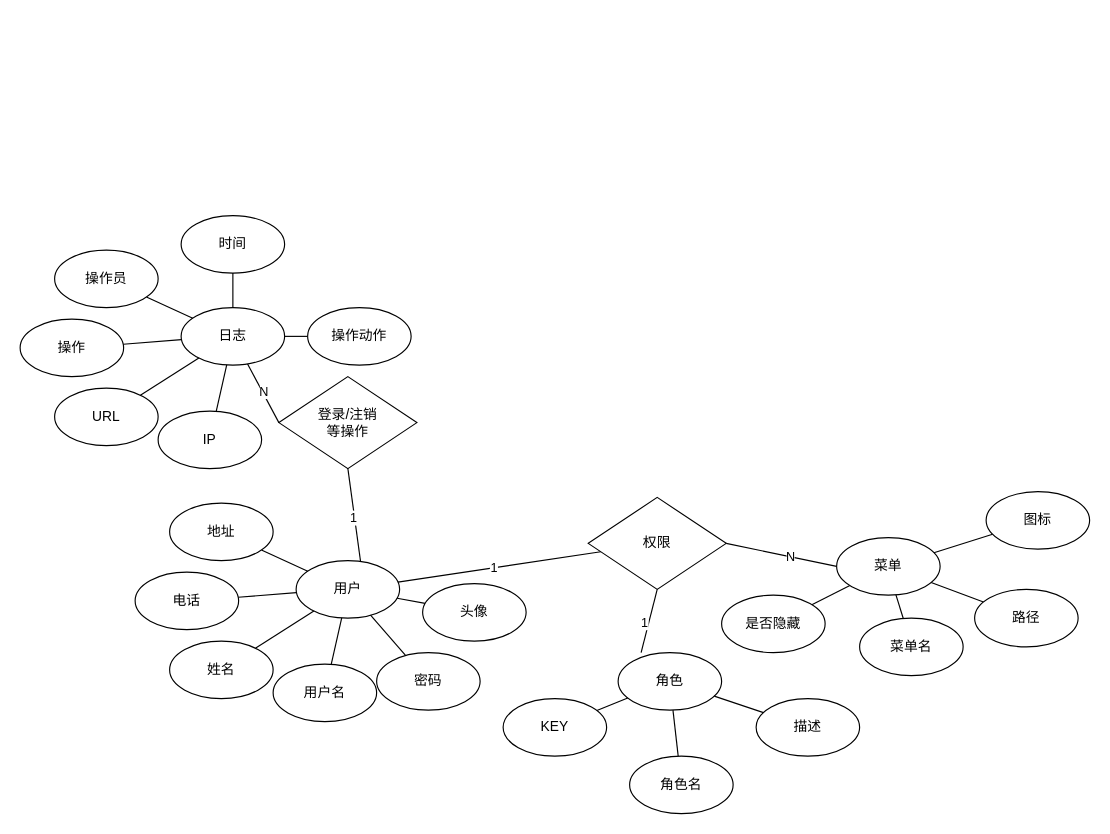
This is SPARK/music-ER.drawio from redcomet88/DRAW, a draw.io file, before an edit. Source tidied: cells renumbered, new cells numbered last; positions are measured from the earlier drawing's top-left corner, leaving out a move shared by most shapes. Both pictures are drawn from the tidied source at 115%, with x=0, y=0 at pixel (20, 215).
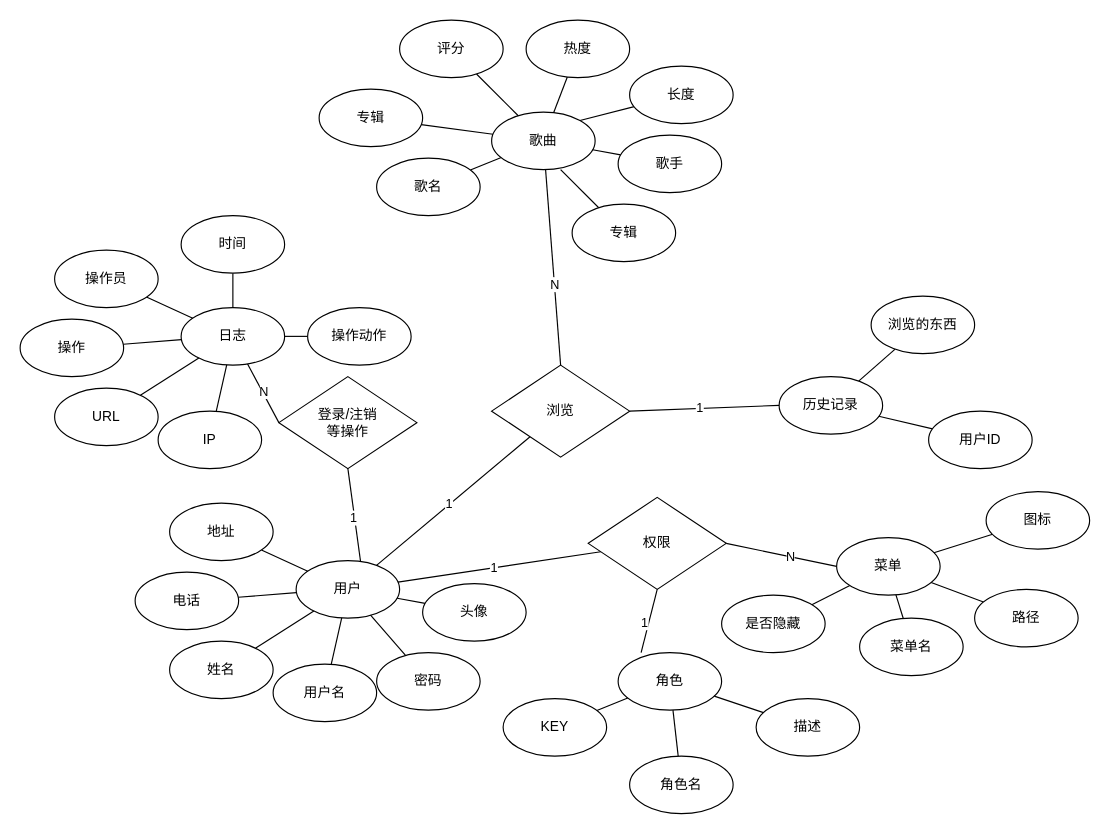
The same page after the edit.

The change refers to these unchanged cells:
```xml
<mxCell id="5" value="用户" style="ellipse;whiteSpace=wrap;html=1;" parent="1" vertex="1">
  <mxGeometry x="240" y="300" width="90" height="50" as="geometry" />
</mxCell>
```

What changed in the source:
```diff
@@
+    <mxCell id="56" value="浏览" style="rhombus;whiteSpace=wrap;html=1;" parent="1" vertex="1">
+      <mxGeometry x="410" y="130" width="120" height="80" as="geometry" />
+    </mxCell>
+    <mxCell id="57" style="rounded=0;jettySize=auto;html=1;endArrow=none;endFill=0;" parent="1" edge="1" source="58" target="59">
+      <mxGeometry relative="1" as="geometry" />
+    </mxCell>
+    <mxCell id="58" value="歌曲" style="ellipse;whiteSpace=wrap;html=1;" parent="1" vertex="1">
+      <mxGeometry x="410" y="-90" width="90" height="50" as="geometry" />
+    </mxCell>
+    <mxCell id="59" value="歌名" style="ellipse;whiteSpace=wrap;html=1;" parent="1" vertex="1">
+      <mxGeometry x="310" y="-50" width="90" height="50" as="geometry" />
+    </mxCell>
+    <mxCell id="60" style="rounded=0;jettySize=auto;html=1;endArrow=none;endFill=0;" parent="1" edge="1" source="58" target="61">
+      <mxGeometry relative="1" as="geometry" />
+    </mxCell>
+    <mxCell id="61" value="专辑" style="ellipse;whiteSpace=wrap;html=1;" parent="1" vertex="1">
+      <mxGeometry x="260" y="-110" width="90" height="50" as="geometry" />
+    </mxCell>
+    <mxCell id="62" style="rounded=0;jettySize=auto;html=1;endArrow=none;endFill=0;" parent="1" edge="1" source="58" target="63">
+      <mxGeometry relative="1" as="geometry" />
+    </mxCell>
+    <mxCell id="63" value="歌手" style="ellipse;whiteSpace=wrap;html=1;" parent="1" vertex="1">
+      <mxGeometry x="520" y="-70" width="90" height="50" as="geometry" />
+    </mxCell>
+    <mxCell id="64" style="rounded=0;jettySize=auto;html=1;endArrow=none;endFill=0;" parent="1" edge="1" source="58" target="65">
+      <mxGeometry relative="1" as="geometry" />
+    </mxCell>
+    <mxCell id="65" value="热度" style="ellipse;whiteSpace=wrap;html=1;" parent="1" vertex="1">
+      <mxGeometry x="440" y="-170" width="90" height="50" as="geometry" />
+    </mxCell>
+    <mxCell id="66" style="rounded=0;jettySize=auto;html=1;endArrow=none;endFill=0;" parent="1" edge="1" source="58" target="67">
+      <mxGeometry relative="1" as="geometry" />
+    </mxCell>
+    <mxCell id="67" value="评分" style="ellipse;whiteSpace=wrap;html=1;" parent="1" vertex="1">
+      <mxGeometry x="330" y="-170" width="90" height="50" as="geometry" />
+    </mxCell>
+    <mxCell id="68" style="rounded=0;jettySize=auto;html=1;endArrow=none;endFill=0;exitX=1;exitY=0;exitDx=0;exitDy=0;" parent="1" edge="1" source="58" target="69">
+      <mxGeometry relative="1" as="geometry" />
+    </mxCell>
+    <mxCell id="69" value="长度" style="ellipse;whiteSpace=wrap;html=1;" parent="1" vertex="1">
+      <mxGeometry x="530" y="-130" width="90" height="50" as="geometry" />
+    </mxCell>
+    <mxCell id="70" value="历史记录" style="ellipse;whiteSpace=wrap;html=1;" parent="1" vertex="1">
+      <mxGeometry x="660" y="140" width="90" height="50" as="geometry" />
+    </mxCell>
+    <mxCell id="71" style="rounded=0;jettySize=auto;html=1;endArrow=none;endFill=0;" parent="1" edge="1" source="70" target="72">
+      <mxGeometry relative="1" as="geometry" />
+    </mxCell>
+    <mxCell id="72" value="用户ID" style="ellipse;whiteSpace=wrap;html=1;" parent="1" vertex="1">
+      <mxGeometry x="790" y="170" width="90" height="50" as="geometry" />
+    </mxCell>
+    <mxCell id="73" style="rounded=0;jettySize=auto;html=1;endArrow=none;endFill=0;" parent="1" edge="1" source="70" target="74">
+      <mxGeometry relative="1" as="geometry" />
+    </mxCell>
+    <mxCell id="74" value="浏览的东西" style="ellipse;whiteSpace=wrap;html=1;" parent="1" vertex="1">
+      <mxGeometry x="740" y="70" width="90" height="50" as="geometry" />
+    </mxCell>
+    <mxCell id="75" style="rounded=0;jettySize=auto;html=1;endArrow=none;endFill=0;" parent="1" edge="1" source="5" target="56">
+      <mxGeometry relative="1" as="geometry" />
+    </mxCell>
+    <mxCell id="76" value="1" style="edgeLabel;html=1;align=center;verticalAlign=middle;" parent="75" vertex="1">
+      <mxGeometry x="-0.06" y="1" relative="1" as="geometry" />
+    </mxCell>
+    <mxCell id="77" style="rounded=0;jettySize=auto;html=1;endArrow=none;endFill=0;exitX=0.5;exitY=0;exitDx=0;exitDy=0;" parent="1" edge="1" source="56" target="58">
+      <mxGeometry relative="1" as="geometry" />
+    </mxCell>
+    <mxCell id="78" value="N" style="edgeLabel;html=1;align=center;verticalAlign=middle;" parent="77" vertex="1">
+      <mxGeometry x="-0.17" relative="1" as="geometry" />
+    </mxCell>
+    <mxCell id="79" style="rounded=0;jettySize=auto;html=1;endArrow=none;endFill=0;exitX=1;exitY=0.5;exitDx=0;exitDy=0;entryX=0;entryY=0.5;entryDx=0;entryDy=0;" parent="1" edge="1" source="56" target="70">
+      <mxGeometry relative="1" as="geometry" />
+    </mxCell>
+    <mxCell id="80" value="1" style="edgeLabel;html=1;align=center;verticalAlign=middle;" parent="79" vertex="1">
+      <mxGeometry x="-0.06" y="1" relative="1" as="geometry" />
+    </mxCell>
+    <mxCell id="81" style="rounded=0;jettySize=auto;html=1;endArrow=none;endFill=0;" parent="1" edge="1" target="82">
+      <mxGeometry relative="1" as="geometry">
+        <mxPoint x="470" y="-40" as="sourcePoint" />
+      </mxGeometry>
+    </mxCell>
+    <mxCell id="82" value="专辑" style="ellipse;whiteSpace=wrap;html=1;" parent="1" vertex="1">
+      <mxGeometry x="480" y="-10" width="90" height="50" as="geometry" />
+    </mxCell>
```
